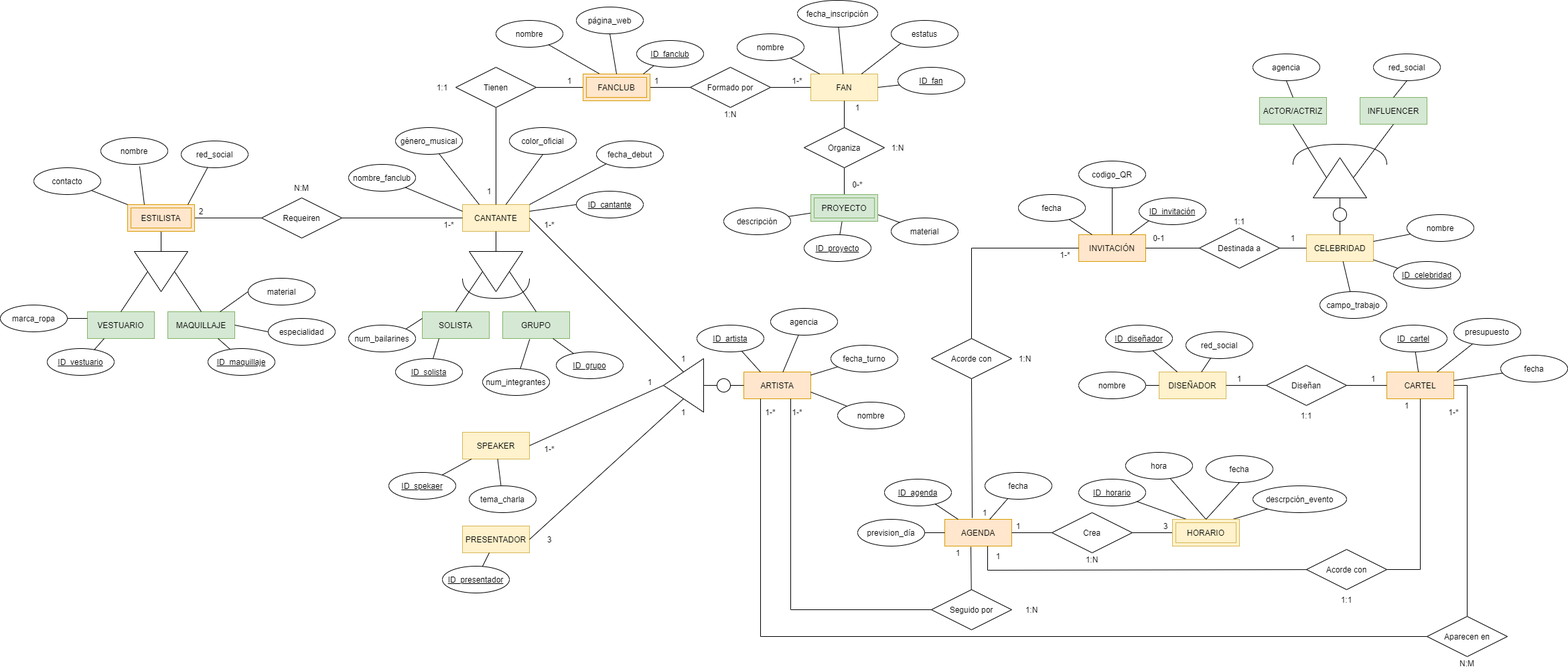
Earlier version of the draw.io export Documentación/2.2-Diagrama_Entidad-Relación.png (nataliacristobal98/ProyectoQuevedoFest). Source tidied: cells renumbered, new cells last; positions are measured from the earlier drawing's top-left corner, leaving out a move shared by most shapes.
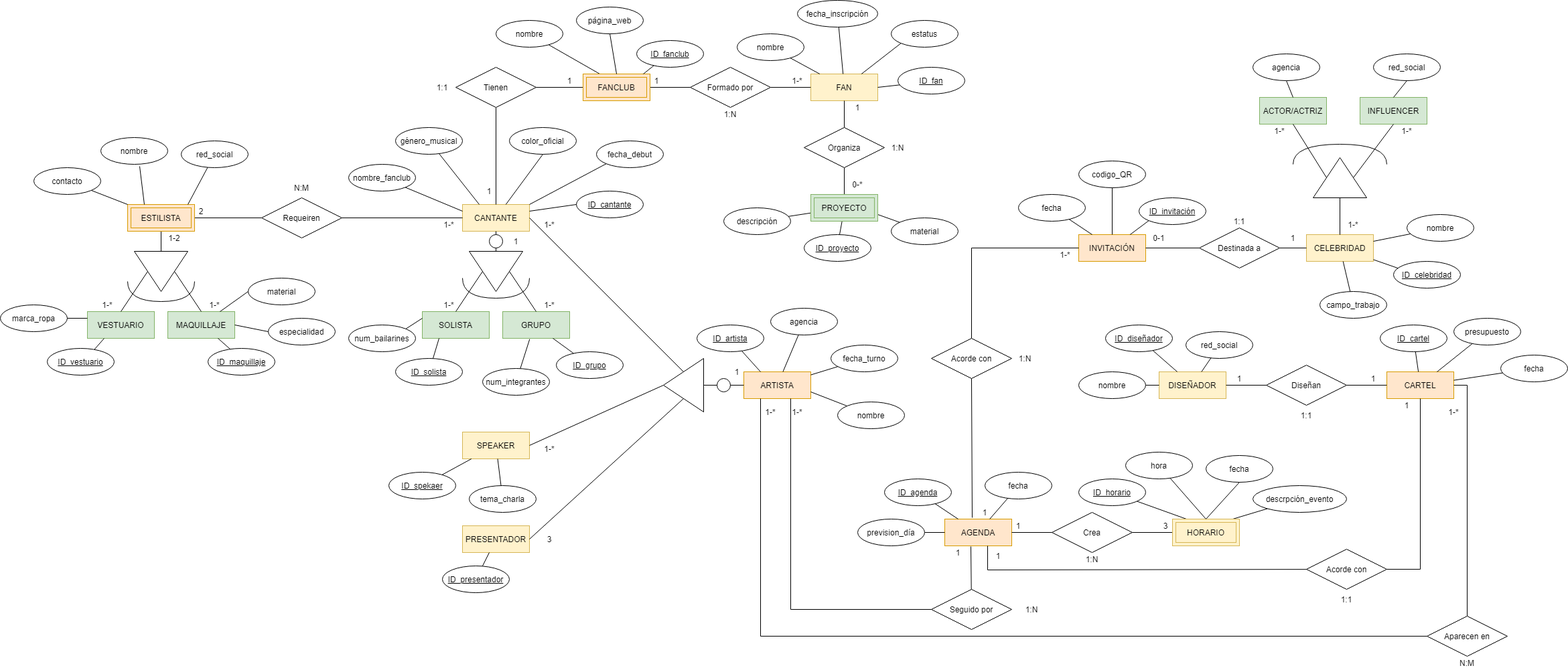
Above is the later version.

The edit, as a diff of the source:
```diff
@@ -153,7 +153,7 @@
     <mxCell id="45" style="triangle;whiteSpace=wrap;html=1;direction=north;" parent="1" vertex="1">
       <mxGeometry x="1960" y="235" width="80" height="60" as="geometry" />
     </mxCell>
-    <mxCell id="46" style="endArrow=none;html=1;rounded=0;entryX=0;entryY=0.5;entryDx=0;entryDy=0;exitX=0.5;exitY=0;exitDx=0;exitDy=0;startArrow=none;" parent="1" edge="1" source="178" target="45">
+    <mxCell id="46" style="endArrow=none;html=1;rounded=0;entryX=0;entryY=0.5;entryDx=0;entryDy=0;exitX=0.5;exitY=0;exitDx=0;exitDy=0;startArrow=none;" parent="1" edge="1" source="44" target="45">
       <mxGeometry relative="1" as="geometry" />
     </mxCell>
     <mxCell id="47" value="INFLUENCER" style="whiteSpace=wrap;html=1;align=center;fillColor=#d5e8d4;strokeColor=#82b366;" parent="1" vertex="1">
@@ -489,7 +489,7 @@
       </mxGeometry>
     </mxCell>
     <mxCell id="146" value="1" style="text;html=1;strokeColor=none;fillColor=none;align=center;verticalAlign=middle;whiteSpace=wrap;rounded=0;" parent="1" vertex="1">
-      <mxGeometry x="1000" y="525" width="40" height="20" as="geometry" />
+      <mxGeometry x="1080" y="545" width="40" height="20" as="geometry" />
     </mxCell>
     <mxCell id="147" value="1-*" style="text;html=1;strokeColor=none;fillColor=none;align=center;verticalAlign=middle;whiteSpace=wrap;rounded=0;" parent="1" vertex="1">
       <mxGeometry x="800" y="325" width="40" height="20" as="geometry" />
@@ -497,15 +497,9 @@
     <mxCell id="148" value="3" style="text;html=1;strokeColor=none;fillColor=none;align=center;verticalAlign=middle;whiteSpace=wrap;rounded=0;" parent="1" vertex="1">
       <mxGeometry x="800" y="795" width="40" height="20" as="geometry" />
     </mxCell>
-    <mxCell id="149" value="1" style="text;html=1;strokeColor=none;fillColor=none;align=center;verticalAlign=middle;whiteSpace=wrap;rounded=0;" parent="1" vertex="1">
-      <mxGeometry x="1000" y="605" width="40" height="20" as="geometry" />
-    </mxCell>
     <mxCell id="150" value="1-*" style="text;html=1;strokeColor=none;fillColor=none;align=center;verticalAlign=middle;whiteSpace=wrap;rounded=0;" parent="1" vertex="1">
       <mxGeometry x="800" y="660" width="40" height="20" as="geometry" />
     </mxCell>
-    <mxCell id="151" value="1" style="text;html=1;strokeColor=none;fillColor=none;align=center;verticalAlign=middle;whiteSpace=wrap;rounded=0;" parent="1" vertex="1">
-      <mxGeometry x="950" y="560" width="40" height="20" as="geometry" />
-    </mxCell>
     <mxCell id="152" value="1" style="text;html=1;strokeColor=none;fillColor=none;align=center;verticalAlign=middle;whiteSpace=wrap;rounded=0;" parent="1" vertex="1">
       <mxGeometry x="830" y="110" width="40" height="20" as="geometry" />
     </mxCell>
@@ -584,11 +578,10 @@
     <mxCell id="177" style="endArrow=none;html=1;rounded=0;entryX=0;entryY=0.5;entryDx=0;entryDy=0;exitX=0;exitY=0.5;exitDx=0;exitDy=0;" parent="1" edge="1" source="3" target="176">
       <mxGeometry relative="1" as="geometry" />
     </mxCell>
-    <mxCell id="178" style="ellipse;whiteSpace=wrap;html=1;" parent="1" vertex="1">
-      <mxGeometry x="1990" y="310" width="20" height="20" as="geometry" />
-    </mxCell>
-    <mxCell id="179" style="endArrow=none;html=1;rounded=0;entryX=0.5;entryY=1;entryDx=0;entryDy=0;exitX=0.5;exitY=0;exitDx=0;exitDy=0;" parent="1" edge="1" source="44" target="178">
-      <mxGeometry relative="1" as="geometry" />
+    <mxCell id="179" style="endArrow=none;html=1;rounded=0;entryX=0.5;entryY=1;entryDx=0;entryDy=0;exitX=0.5;exitY=0;exitDx=0;exitDy=0;" parent="1" edge="1" source="44">
+      <mxGeometry relative="1" as="geometry">
+        <mxPoint x="2000" y="330" as="targetPoint" />
+      </mxGeometry>
     </mxCell>
     <mxCell id="180" value="contacto" style="ellipse;whiteSpace=wrap;html=1;align=center;" parent="1" vertex="1">
       <mxGeometry x="50" y="250" width="100" height="40" as="geometry" />
@@ -743,5 +736,38 @@
     <mxCell id="226" value="1:N" style="text;html=1;strokeColor=none;fillColor=none;align=center;verticalAlign=middle;whiteSpace=wrap;rounded=0;" parent="1" vertex="1">
       <mxGeometry x="1510" y="525" width="40" height="20" as="geometry" />
     </mxCell>
+    <mxCell id="227" style="shape=requiredInterface;html=1;verticalLabelPosition=bottom;direction=south;" parent="1" vertex="1">
+      <mxGeometry x="190" y="420" width="100" height="30" as="geometry" />
+    </mxCell>
+    <mxCell id="228" style="ellipse;whiteSpace=wrap;html=1;" parent="1" vertex="1">
+      <mxGeometry x="730" y="350" width="20" height="20" as="geometry" />
+    </mxCell>
+    <mxCell id="229" value="1" style="text;html=1;strokeColor=none;fillColor=none;align=center;verticalAlign=middle;whiteSpace=wrap;rounded=0;" parent="1" vertex="1">
+      <mxGeometry x="750" y="350" width="40" height="20" as="geometry" />
+    </mxCell>
+    <mxCell id="230" value="1-*" style="text;html=1;strokeColor=none;fillColor=none;align=center;verticalAlign=middle;whiteSpace=wrap;rounded=0;" parent="1" vertex="1">
+      <mxGeometry x="650" y="445" width="40" height="20" as="geometry" />
+    </mxCell>
+    <mxCell id="231" value="1-*" style="text;html=1;strokeColor=none;fillColor=none;align=center;verticalAlign=middle;whiteSpace=wrap;rounded=0;" parent="1" vertex="1">
+      <mxGeometry x="800" y="445" width="40" height="20" as="geometry" />
+    </mxCell>
+    <mxCell id="232" value="1-*" style="text;html=1;strokeColor=none;fillColor=none;align=center;verticalAlign=middle;whiteSpace=wrap;rounded=0;" parent="1" vertex="1">
+      <mxGeometry x="300" y="445" width="40" height="20" as="geometry" />
+    </mxCell>
+    <mxCell id="233" value="1-*" style="text;html=1;strokeColor=none;fillColor=none;align=center;verticalAlign=middle;whiteSpace=wrap;rounded=0;" parent="1" vertex="1">
+      <mxGeometry x="140" y="445" width="40" height="20" as="geometry" />
+    </mxCell>
+    <mxCell id="234" value="1-2" style="text;html=1;strokeColor=none;fillColor=none;align=center;verticalAlign=middle;whiteSpace=wrap;rounded=0;" parent="1" vertex="1">
+      <mxGeometry x="240" y="345" width="40" height="20" as="geometry" />
+    </mxCell>
+    <mxCell id="235" value="1-*" style="text;html=1;strokeColor=none;fillColor=none;align=center;verticalAlign=middle;whiteSpace=wrap;rounded=0;" parent="1" vertex="1">
+      <mxGeometry x="1890" y="185" width="40" height="20" as="geometry" />
+    </mxCell>
+    <mxCell id="236" value="1-*" style="text;html=1;strokeColor=none;fillColor=none;align=center;verticalAlign=middle;whiteSpace=wrap;rounded=0;" parent="1" vertex="1">
+      <mxGeometry x="2080" y="185" width="40" height="20" as="geometry" />
+    </mxCell>
+    <mxCell id="237" value="1-*" style="text;html=1;strokeColor=none;fillColor=none;align=center;verticalAlign=middle;whiteSpace=wrap;rounded=0;" parent="1" vertex="1">
+      <mxGeometry x="2000" y="325" width="40" height="20" as="geometry" />
+    </mxCell>
   </root>
 </mxGraphModel>
```
